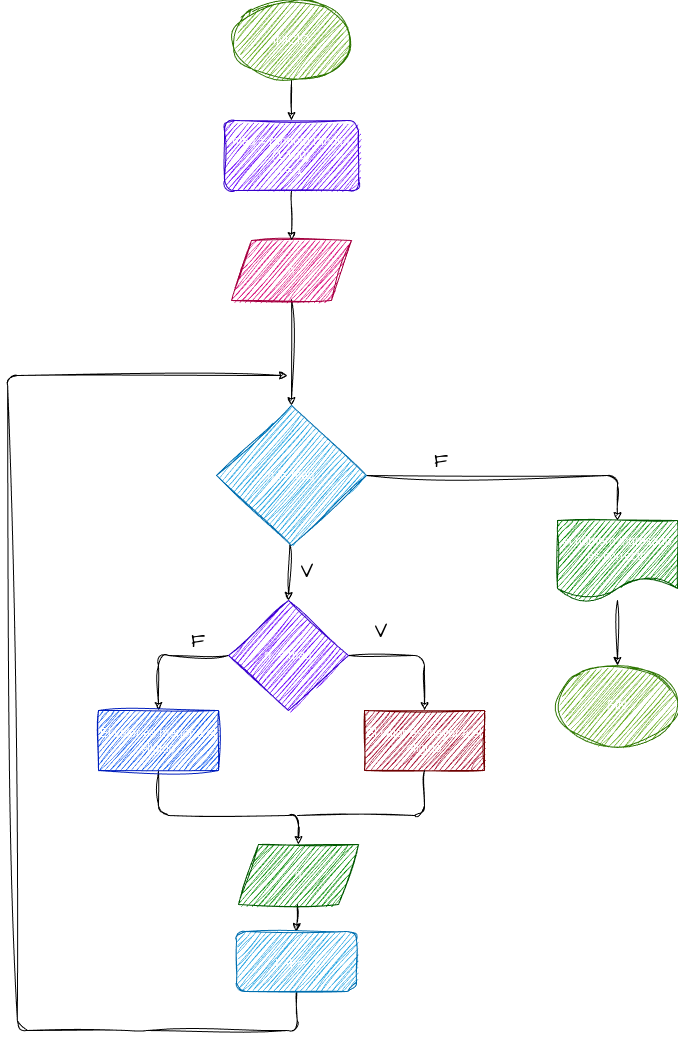
Above: diagrama.png in Nicolas942/Adivina_el_numero (draw.io), before the change. Source tidied: cells renumbered, new cells last; positions are measured from the earlier drawing's top-left corner, leaving out a move shared by most shapes.
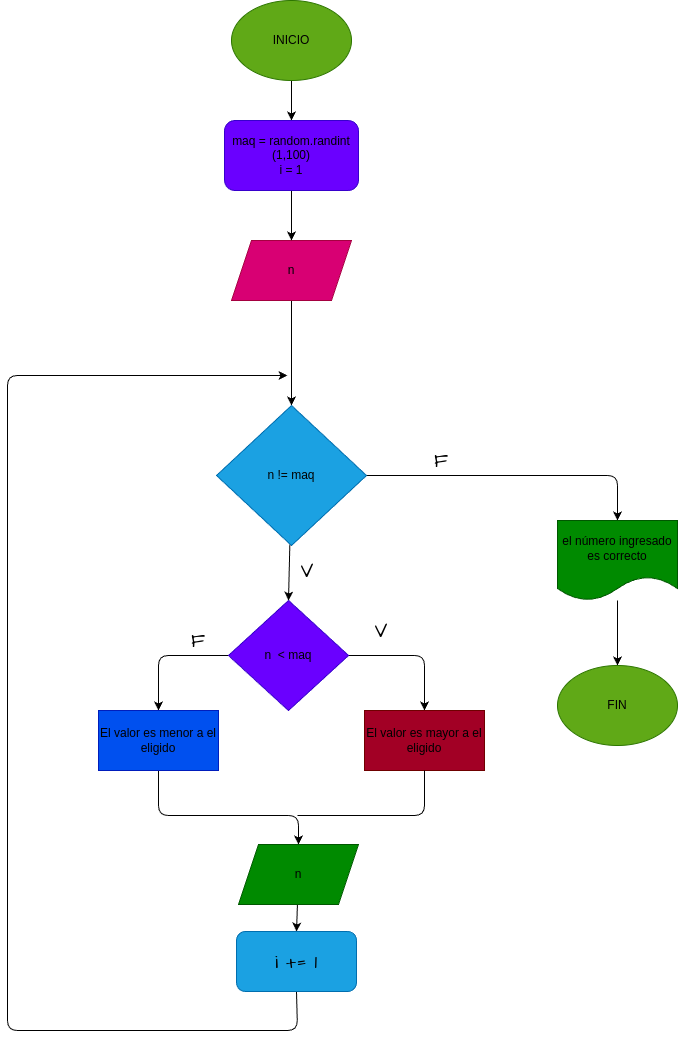
The same diagram one commit later.

The edit, as a diff of the source:
```diff
@@ -2,60 +2,60 @@
   <root>
     <mxCell id="0" />
     <mxCell id="1" parent="0" />
-    <mxCell id="2" style="edgeStyle=none;html=1;sketch=1;curveFitting=1;jiggle=2;" parent="1" edge="1" source="3" target="7">
+    <mxCell id="2" style="edgeStyle=none;html=1;" parent="1" edge="1" source="3" target="7">
       <mxGeometry relative="1" as="geometry" />
     </mxCell>
-    <mxCell id="3" value="INICIO" style="ellipse;whiteSpace=wrap;html=1;sketch=1;curveFitting=1;jiggle=2;fillColor=#60a917;fontColor=#ffffff;strokeColor=#2D7600;" parent="1" vertex="1">
+    <mxCell id="3" value="&lt;font color=&quot;#000000&quot;&gt;INICIO&lt;/font&gt;" style="ellipse;whiteSpace=wrap;html=1;fillColor=#60a917;fontColor=#ffffff;strokeColor=#2D7600;" parent="1" vertex="1">
       <mxGeometry x="224" width="120" height="80" as="geometry" />
     </mxCell>
-    <mxCell id="4" style="edgeStyle=none;html=1;sketch=1;curveFitting=1;jiggle=2;entryX=0.5;entryY=0;entryDx=0;entryDy=0;" parent="1" edge="1" target="10">
+    <mxCell id="4" style="edgeStyle=none;html=1;entryX=0.5;entryY=0;entryDx=0;entryDy=0;" parent="1" edge="1" target="10">
       <mxGeometry relative="1" as="geometry">
         <mxPoint x="284" y="299" as="sourcePoint" />
       </mxGeometry>
     </mxCell>
-    <mxCell id="5" value="n" style="shape=parallelogram;perimeter=parallelogramPerimeter;whiteSpace=wrap;html=1;fixedSize=1;sketch=1;curveFitting=1;jiggle=2;fillColor=#d80073;fontColor=#ffffff;strokeColor=#A50040;" parent="1" vertex="1">
+    <mxCell id="5" value="&lt;font color=&quot;#000000&quot;&gt;n&lt;/font&gt;" style="shape=parallelogram;perimeter=parallelogramPerimeter;whiteSpace=wrap;html=1;fixedSize=1;fillColor=#d80073;fontColor=#ffffff;strokeColor=#A50040;" parent="1" vertex="1">
       <mxGeometry x="224" y="240" width="120" height="60" as="geometry" />
     </mxCell>
-    <mxCell id="6" style="edgeStyle=none;html=1;sketch=1;curveFitting=1;jiggle=2;" parent="1" edge="1" source="7" target="5">
+    <mxCell id="6" style="edgeStyle=none;html=1;" parent="1" edge="1" source="7" target="5">
       <mxGeometry relative="1" as="geometry" />
     </mxCell>
-    <mxCell id="7" value="maq = random.randint&lt;br&gt;(1,100)&lt;br&gt;i = 1" style="rounded=1;whiteSpace=wrap;html=1;sketch=1;curveFitting=1;jiggle=2;fillColor=#6a00ff;fontColor=#ffffff;strokeColor=#3700CC;" parent="1" vertex="1">
+    <mxCell id="7" value="&lt;font color=&quot;#000000&quot;&gt;maq = random.randint&lt;br&gt;(1,100)&lt;br&gt;i = 1&lt;/font&gt;" style="rounded=1;whiteSpace=wrap;html=1;fillColor=#6a00ff;fontColor=#ffffff;strokeColor=#3700CC;" parent="1" vertex="1">
       <mxGeometry x="217" y="120" width="134" height="70" as="geometry" />
     </mxCell>
-    <mxCell id="8" style="edgeStyle=none;html=1;entryX=0.5;entryY=0;entryDx=0;entryDy=0;sketch=1;curveFitting=1;jiggle=2;" parent="1" edge="1" source="10" target="13">
+    <mxCell id="8" style="edgeStyle=none;html=1;entryX=0.5;entryY=0;entryDx=0;entryDy=0;" parent="1" edge="1" source="10" target="13">
       <mxGeometry relative="1" as="geometry" />
     </mxCell>
-    <mxCell id="9" style="edgeStyle=none;html=1;entryX=0.5;entryY=0;entryDx=0;entryDy=0;sketch=1;curveFitting=1;jiggle=2;" parent="1" edge="1" source="10" target="22">
+    <mxCell id="9" style="edgeStyle=none;html=1;entryX=0.5;entryY=0;entryDx=0;entryDy=0;" parent="1" edge="1" source="10" target="22">
       <mxGeometry relative="1" as="geometry">
         <Array as="points">
           <mxPoint x="610" y="475" />
         </Array>
       </mxGeometry>
     </mxCell>
-    <mxCell id="10" value="n != maq" style="rhombus;whiteSpace=wrap;html=1;sketch=1;curveFitting=1;jiggle=2;fillColor=#1ba1e2;fontColor=#ffffff;strokeColor=#006EAF;" parent="1" vertex="1">
+    <mxCell id="10" value="&lt;font color=&quot;#000000&quot;&gt;n != maq&lt;/font&gt;" style="rhombus;whiteSpace=wrap;html=1;fillColor=#1ba1e2;fontColor=#ffffff;strokeColor=#006EAF;" parent="1" vertex="1">
       <mxGeometry x="209" y="405" width="150" height="140" as="geometry" />
     </mxCell>
-    <mxCell id="11" style="edgeStyle=none;html=1;entryX=0.5;entryY=0;entryDx=0;entryDy=0;sketch=1;curveFitting=1;jiggle=2;" parent="1" edge="1" source="13" target="14">
+    <mxCell id="11" style="edgeStyle=none;html=1;entryX=0.5;entryY=0;entryDx=0;entryDy=0;" parent="1" edge="1" source="13" target="14">
       <mxGeometry relative="1" as="geometry">
         <Array as="points">
           <mxPoint x="417" y="655" />
         </Array>
       </mxGeometry>
     </mxCell>
-    <mxCell id="12" style="edgeStyle=none;html=1;entryX=0.5;entryY=0;entryDx=0;entryDy=0;sketch=1;curveFitting=1;jiggle=2;" parent="1" edge="1" source="13" target="16">
+    <mxCell id="12" style="edgeStyle=none;html=1;entryX=0.5;entryY=0;entryDx=0;entryDy=0;" parent="1" edge="1" source="13" target="16">
       <mxGeometry relative="1" as="geometry">
         <Array as="points">
           <mxPoint x="151" y="655" />
         </Array>
       </mxGeometry>
     </mxCell>
-    <mxCell id="13" value="n&amp;nbsp; &amp;lt; maq" style="rhombus;whiteSpace=wrap;html=1;sketch=1;curveFitting=1;jiggle=2;fillColor=#6a00ff;fontColor=#ffffff;strokeColor=#3700CC;" parent="1" vertex="1">
+    <mxCell id="13" value="&lt;font color=&quot;#000000&quot;&gt;n&amp;nbsp; &amp;lt; maq&lt;/font&gt;" style="rhombus;whiteSpace=wrap;html=1;fillColor=#6a00ff;fontColor=#ffffff;strokeColor=#3700CC;" parent="1" vertex="1">
       <mxGeometry x="221" y="600" width="120" height="110" as="geometry" />
     </mxCell>
-    <mxCell id="14" value="El valor es mayor a el eligido" style="rounded=0;whiteSpace=wrap;html=1;sketch=1;curveFitting=1;jiggle=2;fillColor=#a20025;fontColor=#ffffff;strokeColor=#6F0000;" parent="1" vertex="1">
+    <mxCell id="14" value="&lt;font color=&quot;#000000&quot;&gt;El valor es mayor a el eligido&lt;/font&gt;" style="rounded=0;whiteSpace=wrap;html=1;fillColor=#a20025;fontColor=#ffffff;strokeColor=#6F0000;" parent="1" vertex="1">
       <mxGeometry x="357" y="710" width="120" height="60" as="geometry" />
     </mxCell>
-    <mxCell id="15" style="edgeStyle=none;html=1;entryX=0.5;entryY=0;entryDx=0;entryDy=0;sketch=1;curveFitting=1;jiggle=2;" parent="1" edge="1" source="16" target="19">
+    <mxCell id="15" style="edgeStyle=none;html=1;entryX=0.5;entryY=0;entryDx=0;entryDy=0;" parent="1" edge="1" source="16" target="19">
       <mxGeometry relative="1" as="geometry">
         <Array as="points">
           <mxPoint x="151" y="815" />
@@ -63,27 +63,27 @@
         </Array>
       </mxGeometry>
     </mxCell>
-    <mxCell id="16" value="El valor es menor a el eligido" style="rounded=0;whiteSpace=wrap;html=1;sketch=1;curveFitting=1;jiggle=2;fillColor=#0050ef;fontColor=#ffffff;strokeColor=#001DBC;" parent="1" vertex="1">
+    <mxCell id="16" value="&lt;font color=&quot;#000000&quot;&gt;El valor es menor a el eligido&lt;/font&gt;" style="rounded=0;whiteSpace=wrap;html=1;fillColor=#0050ef;fontColor=#ffffff;strokeColor=#001DBC;" parent="1" vertex="1">
       <mxGeometry x="91" y="710" width="120" height="60" as="geometry" />
     </mxCell>
-    <mxCell id="17" style="edgeStyle=none;html=1;sketch=1;curveFitting=1;jiggle=2;exitX=0.5;exitY=1;exitDx=0;exitDy=0;" parent="1" edge="1" source="28">
+    <mxCell id="17" style="edgeStyle=none;html=1;exitX=0.5;exitY=1;exitDx=0;exitDy=0;" parent="1" edge="1" source="28">
       <mxGeometry relative="1" as="geometry">
         <mxPoint x="280" y="375" as="targetPoint" />
         <Array as="points">
           <mxPoint x="290" y="1030" />
           <mxPoint x="130" y="1030" />
-          <mxPoint x="10" y="1030" />
+          <mxPoint y="1030" />
           <mxPoint y="375" />
         </Array>
       </mxGeometry>
     </mxCell>
-    <mxCell id="18" style="edgeStyle=none;sketch=1;hachureGap=4;jiggle=2;curveFitting=1;html=1;entryX=0.5;entryY=0;entryDx=0;entryDy=0;fontFamily=Architects Daughter;fontSource=https%3A%2F%2Ffonts.googleapis.com%2Fcss%3Ffamily%3DArchitects%2BDaughter;fontSize=16;" parent="1" edge="1" source="19" target="28">
+    <mxCell id="18" style="edgeStyle=none;hachureGap=4;html=1;entryX=0.5;entryY=0;entryDx=0;entryDy=0;fontFamily=Architects Daughter;fontSource=https%3A%2F%2Ffonts.googleapis.com%2Fcss%3Ffamily%3DArchitects%2BDaughter;fontSize=16;" parent="1" edge="1" source="19" target="28">
       <mxGeometry relative="1" as="geometry" />
     </mxCell>
-    <mxCell id="19" value="n" style="shape=parallelogram;perimeter=parallelogramPerimeter;whiteSpace=wrap;html=1;fixedSize=1;sketch=1;curveFitting=1;jiggle=2;fillColor=#008a00;fontColor=#ffffff;strokeColor=#005700;" parent="1" vertex="1">
+    <mxCell id="19" value="&lt;font color=&quot;#000000&quot;&gt;n&lt;/font&gt;" style="shape=parallelogram;perimeter=parallelogramPerimeter;whiteSpace=wrap;html=1;fixedSize=1;fillColor=#008a00;fontColor=#ffffff;strokeColor=#005700;" parent="1" vertex="1">
       <mxGeometry x="231" y="844" width="120" height="60" as="geometry" />
     </mxCell>
-    <mxCell id="20" style="endArrow=none;html=1;exitX=0.5;exitY=1;exitDx=0;exitDy=0;sketch=1;curveFitting=1;jiggle=2;" parent="1" edge="1" source="14">
+    <mxCell id="20" style="endArrow=none;html=1;exitX=0.5;exitY=1;exitDx=0;exitDy=0;" parent="1" edge="1" source="14">
       <mxGeometry relative="1" as="geometry">
         <mxPoint x="290" y="815" as="targetPoint" />
         <Array as="points">
@@ -91,28 +91,28 @@
         </Array>
       </mxGeometry>
     </mxCell>
-    <mxCell id="21" style="edgeStyle=none;sketch=1;hachureGap=4;jiggle=2;curveFitting=1;html=1;entryX=0.5;entryY=0;entryDx=0;entryDy=0;fontFamily=Architects Daughter;fontSource=https%3A%2F%2Ffonts.googleapis.com%2Fcss%3Ffamily%3DArchitects%2BDaughter;fontSize=16;" parent="1" edge="1" source="22" target="23">
+    <mxCell id="21" style="edgeStyle=none;hachureGap=4;html=1;entryX=0.5;entryY=0;entryDx=0;entryDy=0;fontFamily=Architects Daughter;fontSource=https%3A%2F%2Ffonts.googleapis.com%2Fcss%3Ffamily%3DArchitects%2BDaughter;fontSize=16;" parent="1" edge="1" source="22" target="23">
       <mxGeometry relative="1" as="geometry" />
     </mxCell>
-    <mxCell id="22" value="el número ingresado es correcto" style="shape=document;whiteSpace=wrap;html=1;boundedLbl=1;sketch=1;curveFitting=1;jiggle=2;fillColor=#008a00;fontColor=#ffffff;strokeColor=#005700;" parent="1" vertex="1">
+    <mxCell id="22" value="&lt;font color=&quot;#000000&quot;&gt;el número ingresado es correcto&lt;/font&gt;" style="shape=document;whiteSpace=wrap;html=1;boundedLbl=1;fillColor=#008a00;fontColor=#ffffff;strokeColor=#005700;" parent="1" vertex="1">
       <mxGeometry x="550" y="520" width="120" height="80" as="geometry" />
     </mxCell>
-    <mxCell id="23" value="FIN" style="ellipse;whiteSpace=wrap;html=1;sketch=1;curveFitting=1;jiggle=2;fillColor=#60a917;fontColor=#ffffff;strokeColor=#2D7600;" parent="1" vertex="1">
+    <mxCell id="23" value="&lt;font color=&quot;#000000&quot;&gt;FIN&lt;/font&gt;" style="ellipse;whiteSpace=wrap;html=1;fillColor=#60a917;fontColor=#ffffff;strokeColor=#2D7600;" parent="1" vertex="1">
       <mxGeometry x="550" y="665" width="120" height="80" as="geometry" />
     </mxCell>
-    <mxCell id="24" value="V" style="text;html=1;strokeColor=none;fillColor=none;align=center;verticalAlign=middle;whiteSpace=wrap;rounded=0;sketch=1;hachureGap=4;jiggle=2;curveFitting=1;fontFamily=Architects Daughter;fontSource=https%3A%2F%2Ffonts.googleapis.com%2Fcss%3Ffamily%3DArchitects%2BDaughter;fontSize=20;" parent="1" vertex="1">
+    <mxCell id="24" value="&lt;font color=&quot;#000000&quot;&gt;V&lt;/font&gt;" style="text;html=1;strokeColor=none;fillColor=none;align=center;verticalAlign=middle;whiteSpace=wrap;rounded=0;hachureGap=4;fontFamily=Architects Daughter;fontSource=https%3A%2F%2Ffonts.googleapis.com%2Fcss%3Ffamily%3DArchitects%2BDaughter;fontSize=20;" parent="1" vertex="1">
       <mxGeometry x="344" y="615" width="60" height="30" as="geometry" />
     </mxCell>
-    <mxCell id="25" value="F" style="text;html=1;strokeColor=none;fillColor=none;align=center;verticalAlign=middle;whiteSpace=wrap;rounded=0;sketch=1;hachureGap=4;jiggle=2;curveFitting=1;fontFamily=Architects Daughter;fontSource=https%3A%2F%2Ffonts.googleapis.com%2Fcss%3Ffamily%3DArchitects%2BDaughter;fontSize=20;" parent="1" vertex="1">
+    <mxCell id="25" value="&lt;font color=&quot;#000000&quot;&gt;F&lt;/font&gt;" style="text;html=1;strokeColor=none;fillColor=none;align=center;verticalAlign=middle;whiteSpace=wrap;rounded=0;hachureGap=4;fontFamily=Architects Daughter;fontSource=https%3A%2F%2Ffonts.googleapis.com%2Fcss%3Ffamily%3DArchitects%2BDaughter;fontSize=20;" parent="1" vertex="1">
       <mxGeometry x="161" y="625" width="60" height="30" as="geometry" />
     </mxCell>
-    <mxCell id="26" value="V" style="text;html=1;strokeColor=none;fillColor=none;align=center;verticalAlign=middle;whiteSpace=wrap;rounded=0;sketch=1;hachureGap=4;jiggle=2;curveFitting=1;fontFamily=Architects Daughter;fontSource=https%3A%2F%2Ffonts.googleapis.com%2Fcss%3Ffamily%3DArchitects%2BDaughter;fontSize=20;" parent="1" vertex="1">
+    <mxCell id="26" value="&lt;font color=&quot;#000000&quot;&gt;V&lt;/font&gt;" style="text;html=1;strokeColor=none;fillColor=none;align=center;verticalAlign=middle;whiteSpace=wrap;rounded=0;hachureGap=4;fontFamily=Architects Daughter;fontSource=https%3A%2F%2Ffonts.googleapis.com%2Fcss%3Ffamily%3DArchitects%2BDaughter;fontSize=20;" parent="1" vertex="1">
       <mxGeometry x="270" y="555" width="60" height="30" as="geometry" />
     </mxCell>
-    <mxCell id="27" value="F" style="text;html=1;strokeColor=none;fillColor=none;align=center;verticalAlign=middle;whiteSpace=wrap;rounded=0;sketch=1;hachureGap=4;jiggle=2;curveFitting=1;fontFamily=Architects Daughter;fontSource=https%3A%2F%2Ffonts.googleapis.com%2Fcss%3Ffamily%3DArchitects%2BDaughter;fontSize=20;" parent="1" vertex="1">
+    <mxCell id="27" value="&lt;font color=&quot;#000000&quot;&gt;F&lt;/font&gt;" style="text;html=1;strokeColor=none;fillColor=none;align=center;verticalAlign=middle;whiteSpace=wrap;rounded=0;hachureGap=4;fontFamily=Architects Daughter;fontSource=https%3A%2F%2Ffonts.googleapis.com%2Fcss%3Ffamily%3DArchitects%2BDaughter;fontSize=20;" parent="1" vertex="1">
       <mxGeometry x="404" y="445" width="60" height="30" as="geometry" />
     </mxCell>
-    <mxCell id="28" value="i += 1" style="rounded=1;whiteSpace=wrap;html=1;sketch=1;hachureGap=4;jiggle=2;curveFitting=1;fontFamily=Architects Daughter;fontSource=https%3A%2F%2Ffonts.googleapis.com%2Fcss%3Ffamily%3DArchitects%2BDaughter;fontSize=20;fillColor=#1ba1e2;fontColor=#ffffff;strokeColor=#006EAF;" parent="1" vertex="1">
+    <mxCell id="28" value="&lt;font color=&quot;#000000&quot;&gt;i += 1&lt;/font&gt;" style="rounded=1;whiteSpace=wrap;html=1;hachureGap=4;fontFamily=Architects Daughter;fontSource=https%3A%2F%2Ffonts.googleapis.com%2Fcss%3Ffamily%3DArchitects%2BDaughter;fontSize=20;fillColor=#1ba1e2;fontColor=#ffffff;strokeColor=#006EAF;" parent="1" vertex="1">
       <mxGeometry x="229" y="931" width="120" height="60" as="geometry" />
     </mxCell>
   </root>
```
